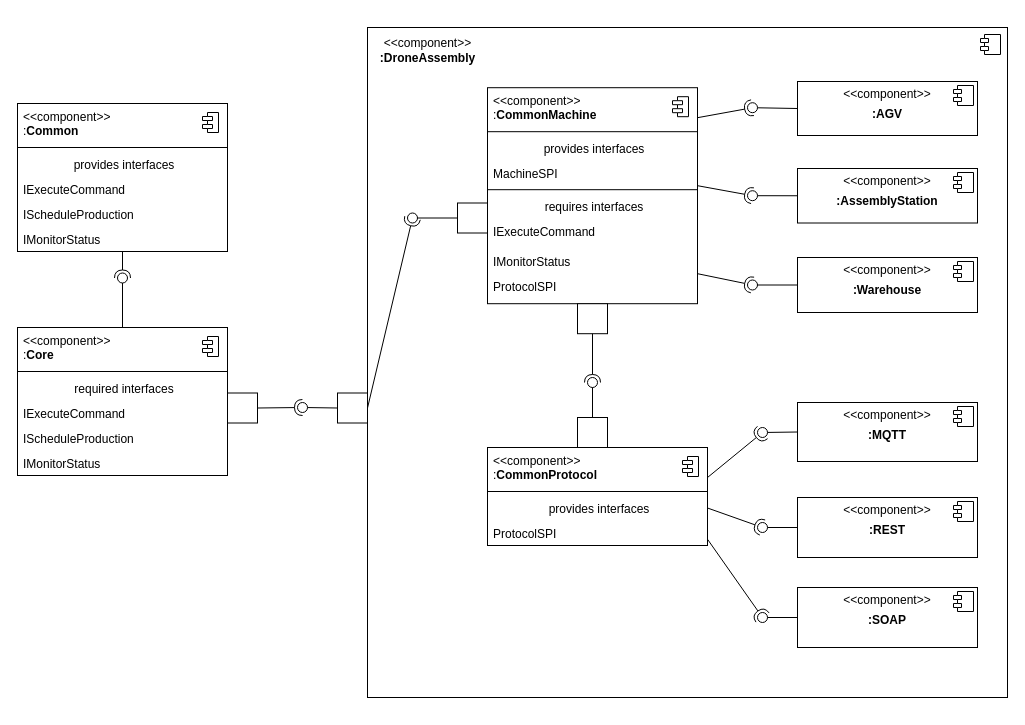
Above: i4_component_diagram.drawio in PatrickAbildHolmes/i4-simulated-lab (draw.io), before the change. Source tidied: cells renumbered, new cells numbered last; positions are measured from the earlier drawing's top-left corner, leaving out a move shared by most shapes. Both pictures are drawn from the tidied source at 100%, with x=0, y=0 at pixel (17, 27).
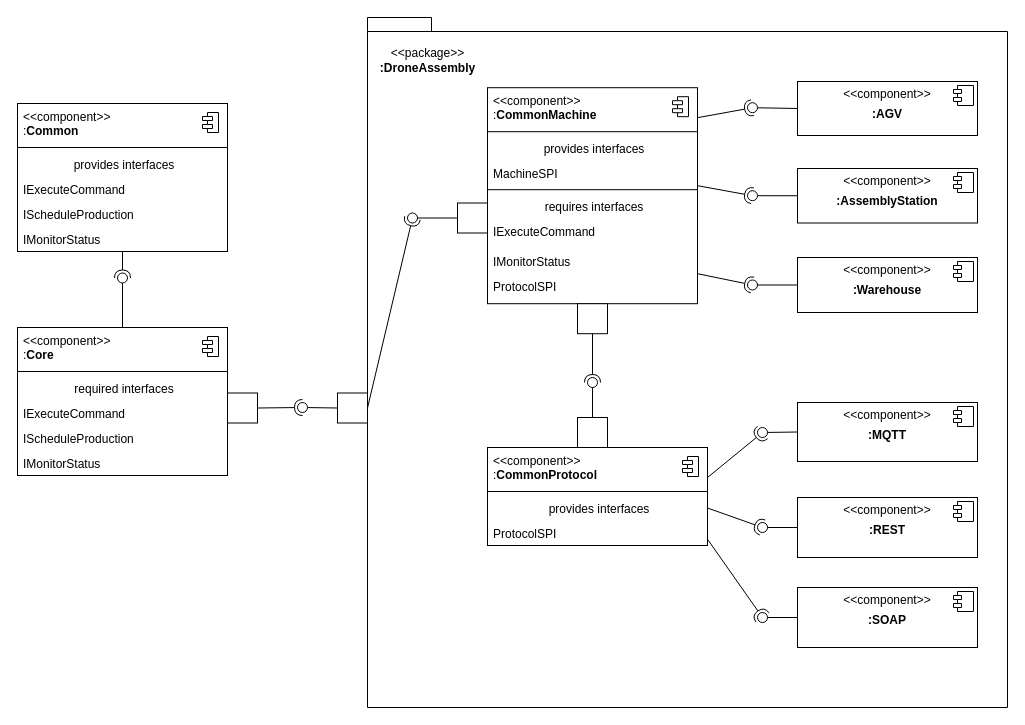
The same page after the edit.

Commit message:
Update diagram to have DroneAssembly package instead of component

What changed in the source:
```diff
@@
-    <mxCell id="2" style="html=1;whiteSpace=wrap;" parent="1" vertex="1">
-      <mxGeometry x="350" width="640" height="670" as="geometry" />
-    </mxCell>
-    <mxCell id="3" style="shape=module;jettyWidth=8;jettyHeight=4;" parent="2" vertex="1">
-      <mxGeometry x="1" width="20" height="20" relative="1" as="geometry">
-        <mxPoint x="-27" y="7" as="offset" />
-      </mxGeometry>
-    </mxCell>
+    <mxCell id="85" style="shape=folder;fontStyle=1;spacingTop=10;tabWidth=40;tabHeight=14;tabPosition=left;html=1;whiteSpace=wrap;" parent="1" vertex="1">
+      <mxGeometry x="350" y="-10" width="640" height="690" as="geometry" />
+    </mxCell>
@@
-    <mxCell id="55" value="&lt;span style=&quot;font-weight: normal;&quot;&gt;&amp;lt;&amp;lt;component&amp;gt;&amp;gt;&lt;br&gt;&lt;/span&gt;:DroneAssembly" style="text;align=center;fontStyle=1;verticalAlign=middle;spacingLeft=3;spacingRight=3;strokeColor=none;html=1;" parent="1" vertex="1">
-      <mxGeometry x="370" y="10" width="80" height="26" as="geometry" />
+    <mxCell id="55" value="&lt;span style=&quot;font-weight: normal;&quot;&gt;&amp;lt;&amp;lt;package&amp;gt;&amp;gt;&lt;br&gt;&lt;/span&gt;:DroneAssembly" style="text;align=center;fontStyle=1;verticalAlign=middle;spacingLeft=3;spacingRight=3;strokeColor=none;html=1;" parent="1" vertex="1">
+      <mxGeometry x="370" y="20" width="80" height="26" as="geometry" />
     </mxCell>
```
